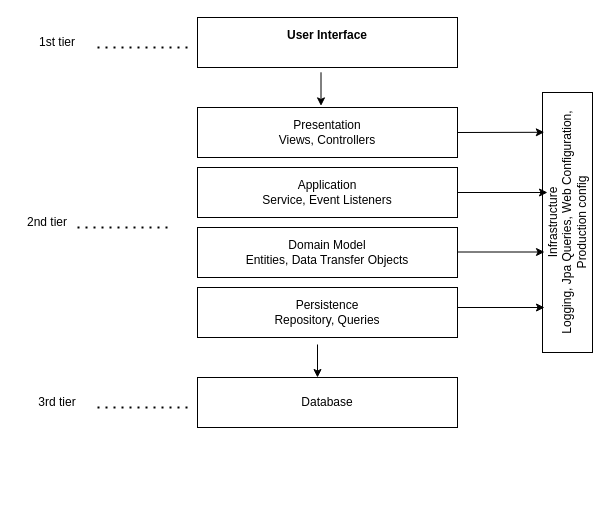
ErikaRusznak/piazza-ecommerce keeps this draw.io diagram as page "arhitecture" (5 of 7) of use_case_diagram.drawio. Above is the earlier version. Source tidied: cells renumbered, new cells numbered last; positions are measured from the earlier drawing's top-left corner, leaving out a move shared by most shapes. Both pictures are drawn from the tidied source at 100%, with x=0, y=0 at pixel (17, 17).
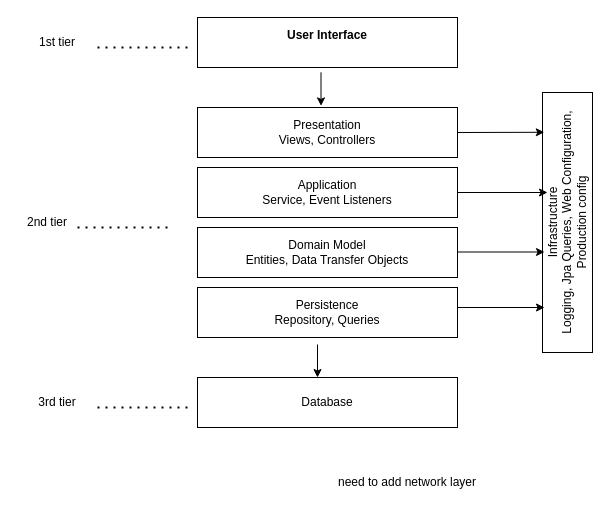
Above is the later version.

The edit, as a diff of the source:
```diff
@@
+    <mxCell id="21" value="need to add network layer" style="text;html=1;strokeColor=none;fillColor=none;align=center;verticalAlign=middle;whiteSpace=wrap;rounded=0;" parent="1" vertex="1">
+      <mxGeometry x="270" y="450" width="240" height="30" as="geometry" />
+    </mxCell>
```
